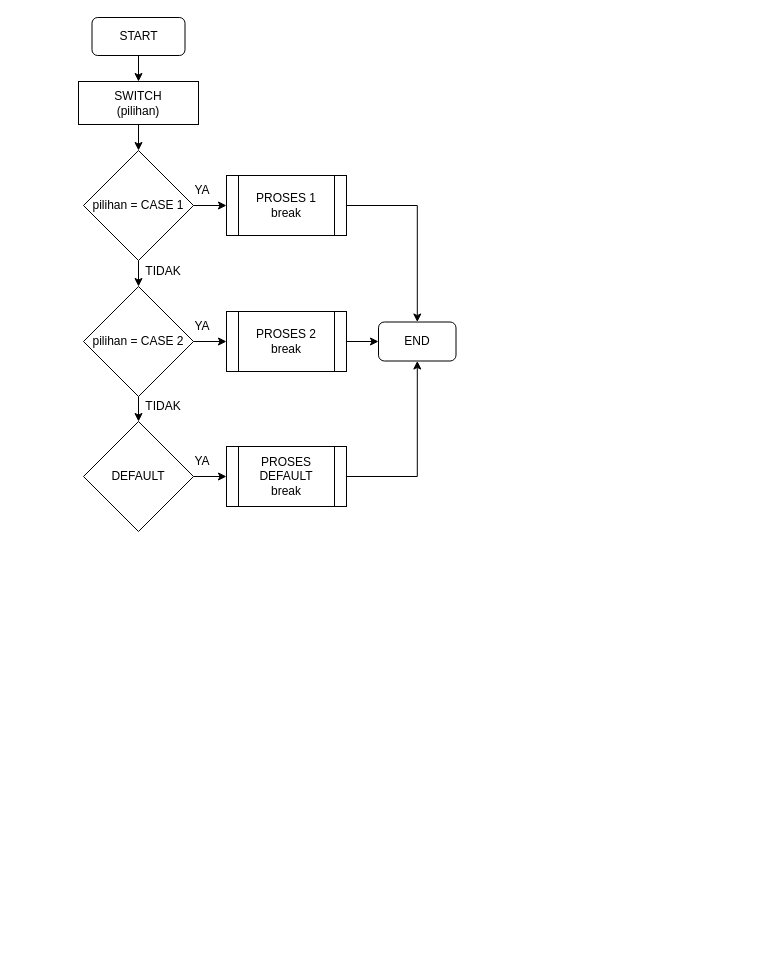
Above: Switch Case.drawio in kusmadi/flowchart (draw.io), before the change. Source tidied: cells renumbered, new cells numbered last; positions are measured from the earlier drawing's top-left corner, leaving out a move shared by most shapes. Both pictures are drawn from the tidied source at 100%, with x=0, y=0 at pixel (78, 17).
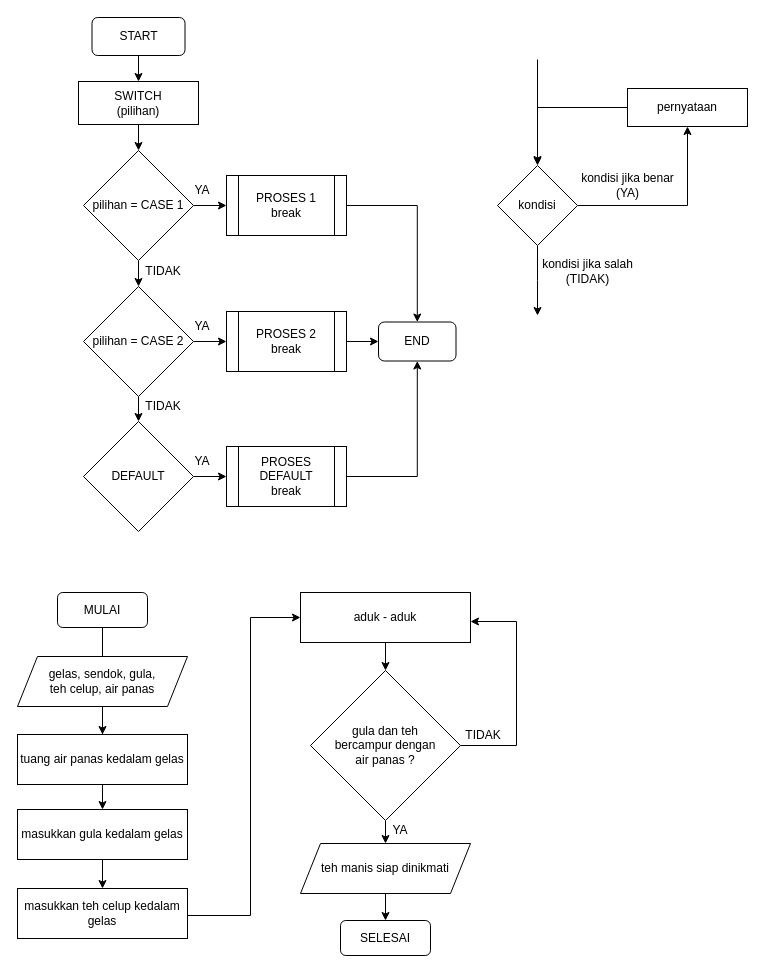
The same diagram, later.

Diff of the diagram source:
```diff
@@
+    <mxCell id="26" style="edgeStyle=orthogonalEdgeStyle;rounded=0;jettySize=auto;html=1;" parent="1" edge="1" source="28" target="30">
+      <mxGeometry relative="1" as="geometry" />
+    </mxCell>
+    <mxCell id="27" style="edgeStyle=orthogonalEdgeStyle;rounded=0;jettySize=auto;html=1;" parent="1" edge="1" source="28">
+      <mxGeometry relative="1" as="geometry">
+        <mxPoint x="459" y="298" as="targetPoint" />
+      </mxGeometry>
+    </mxCell>
+    <mxCell id="28" value="kondisi" style="rhombus;whiteSpace=wrap;html=1;" parent="1" vertex="1">
+      <mxGeometry x="419" y="148" width="80" height="80" as="geometry" />
+    </mxCell>
+    <mxCell id="29" style="edgeStyle=orthogonalEdgeStyle;rounded=0;jettySize=auto;html=1;" parent="1" edge="1" source="30" target="28">
+      <mxGeometry relative="1" as="geometry" />
+    </mxCell>
+    <mxCell id="30" value="pernyataan" style="rounded=0;whiteSpace=wrap;html=1;" parent="1" vertex="1">
+      <mxGeometry x="549" y="71" width="120" height="38" as="geometry" />
+    </mxCell>
+    <mxCell id="31" style="endArrow=classic;html=1;rounded=0;" parent="1" edge="1">
+      <mxGeometry relative="1" as="geometry">
+        <mxPoint x="459" y="42" as="sourcePoint" />
+        <mxPoint x="459" y="147" as="targetPoint" />
+      </mxGeometry>
+    </mxCell>
+    <mxCell id="32" value="kondisi jika benar&lt;br&gt;(YA)" style="text;html=1;strokeColor=none;fillColor=none;align=center;verticalAlign=middle;whiteSpace=wrap;rounded=0;" parent="1" vertex="1">
+      <mxGeometry x="502" y="153" width="95" height="30" as="geometry" />
+    </mxCell>
+    <mxCell id="33" value="kondisi jika salah&lt;br&gt;(TIDAK)" style="text;html=1;strokeColor=none;fillColor=none;align=center;verticalAlign=middle;whiteSpace=wrap;rounded=0;" parent="1" vertex="1">
+      <mxGeometry x="460" y="239" width="99" height="30" as="geometry" />
+    </mxCell>
+    <mxCell id="34" style="edgeStyle=orthogonalEdgeStyle;rounded=0;jettySize=auto;html=1;startArrow=none;" parent="1" edge="1" source="51" target="49">
+      <mxGeometry relative="1" as="geometry" />
+    </mxCell>
+    <mxCell id="35" value="MULAI" style="rounded=1;whiteSpace=wrap;html=1;" parent="1" vertex="1">
+      <mxGeometry x="-21" y="575" width="90" height="35" as="geometry" />
+    </mxCell>
+    <mxCell id="36" style="edgeStyle=orthogonalEdgeStyle;rounded=0;jettySize=auto;html=1;startArrow=none;" parent="1" edge="1" source="49" target="38">
+      <mxGeometry relative="1" as="geometry" />
+    </mxCell>
+    <mxCell id="37" style="edgeStyle=orthogonalEdgeStyle;rounded=0;jettySize=auto;html=1;" parent="1" edge="1" source="38" target="40">
+      <mxGeometry relative="1" as="geometry" />
+    </mxCell>
+    <mxCell id="38" value="masukkan gula kedalam gelas" style="rounded=0;whiteSpace=wrap;html=1;" parent="1" vertex="1">
+      <mxGeometry x="-61" y="792" width="170" height="50" as="geometry" />
+    </mxCell>
+    <mxCell id="39" style="edgeStyle=orthogonalEdgeStyle;rounded=0;jettySize=auto;html=1;" parent="1" edge="1" source="40" target="42">
+      <mxGeometry relative="1" as="geometry">
+        <Array as="points">
+          <mxPoint x="172" y="898" />
+          <mxPoint x="172" y="600" />
+        </Array>
+      </mxGeometry>
+    </mxCell>
+    <mxCell id="40" value="masukkan teh celup kedalam gelas" style="rounded=0;whiteSpace=wrap;html=1;" parent="1" vertex="1">
+      <mxGeometry x="-61" y="871" width="170" height="50" as="geometry" />
+    </mxCell>
+    <mxCell id="41" style="edgeStyle=orthogonalEdgeStyle;rounded=0;jettySize=auto;html=1;" parent="1" edge="1" source="42" target="45">
+      <mxGeometry relative="1" as="geometry" />
+    </mxCell>
+    <mxCell id="42" value="aduk - aduk" style="rounded=0;whiteSpace=wrap;html=1;" parent="1" vertex="1">
+      <mxGeometry x="222" y="575" width="170" height="50" as="geometry" />
+    </mxCell>
+    <mxCell id="43" style="edgeStyle=orthogonalEdgeStyle;rounded=0;jettySize=auto;html=1;" parent="1" edge="1" source="45" target="47">
+      <mxGeometry relative="1" as="geometry" />
+    </mxCell>
+    <mxCell id="44" style="edgeStyle=orthogonalEdgeStyle;rounded=0;jettySize=auto;html=1;" parent="1" edge="1" source="45" target="42">
+      <mxGeometry relative="1" as="geometry">
+        <Array as="points">
+          <mxPoint x="438" y="728" />
+          <mxPoint x="438" y="604" />
+        </Array>
+      </mxGeometry>
+    </mxCell>
+    <mxCell id="45" value="gula dan teh&lt;br&gt;bercampur dengan&lt;br&gt;air panas ?" style="rhombus;whiteSpace=wrap;html=1;" parent="1" vertex="1">
+      <mxGeometry x="232" y="653" width="150" height="150" as="geometry" />
+    </mxCell>
+    <mxCell id="46" style="edgeStyle=orthogonalEdgeStyle;rounded=0;jettySize=auto;html=1;" parent="1" edge="1" source="47" target="48">
+      <mxGeometry relative="1" as="geometry" />
+    </mxCell>
+    <mxCell id="47" value="teh manis siap dinikmati" style="shape=parallelogram;perimeter=parallelogramPerimeter;whiteSpace=wrap;html=1;fixedSize=1;" parent="1" vertex="1">
+      <mxGeometry x="222" y="826" width="170" height="50" as="geometry" />
+    </mxCell>
+    <mxCell id="48" value="SELESAI" style="rounded=1;whiteSpace=wrap;html=1;" parent="1" vertex="1">
+      <mxGeometry x="262" y="903" width="90" height="35" as="geometry" />
+    </mxCell>
+    <mxCell id="49" value="tuang air panas kedalam gelas" style="rounded=0;whiteSpace=wrap;html=1;" parent="1" vertex="1">
+      <mxGeometry x="-61" y="717" width="170" height="50" as="geometry" />
+    </mxCell>
+    <mxCell id="50" style="edgeStyle=orthogonalEdgeStyle;rounded=0;jettySize=auto;html=1;endArrow=none;" parent="1" edge="1" source="51" target="49">
+      <mxGeometry relative="1" as="geometry" />
+    </mxCell>
+    <mxCell id="51" value="gelas, sendok, gula,&lt;br&gt;teh celup, air panas" style="shape=parallelogram;perimeter=parallelogramPerimeter;whiteSpace=wrap;html=1;fixedSize=1;" parent="1" vertex="1">
+      <mxGeometry x="-61" y="639" width="170" height="50" as="geometry" />
+    </mxCell>
+    <mxCell id="52" style="edgeStyle=orthogonalEdgeStyle;rounded=0;jettySize=auto;html=1;endArrow=none;" parent="1" edge="1" source="35" target="51">
+      <mxGeometry relative="1" as="geometry" />
+    </mxCell>
+    <mxCell id="53" value="YA" style="text;html=1;strokeColor=none;fillColor=none;align=center;verticalAlign=middle;whiteSpace=wrap;rounded=0;" parent="1" vertex="1">
+      <mxGeometry x="292" y="798" width="60" height="30" as="geometry" />
+    </mxCell>
+    <mxCell id="54" value="TIDAK" style="text;html=1;strokeColor=none;fillColor=none;align=center;verticalAlign=middle;whiteSpace=wrap;rounded=0;" parent="1" vertex="1">
+      <mxGeometry x="375" y="703" width="60" height="30" as="geometry" />
+    </mxCell>
```
